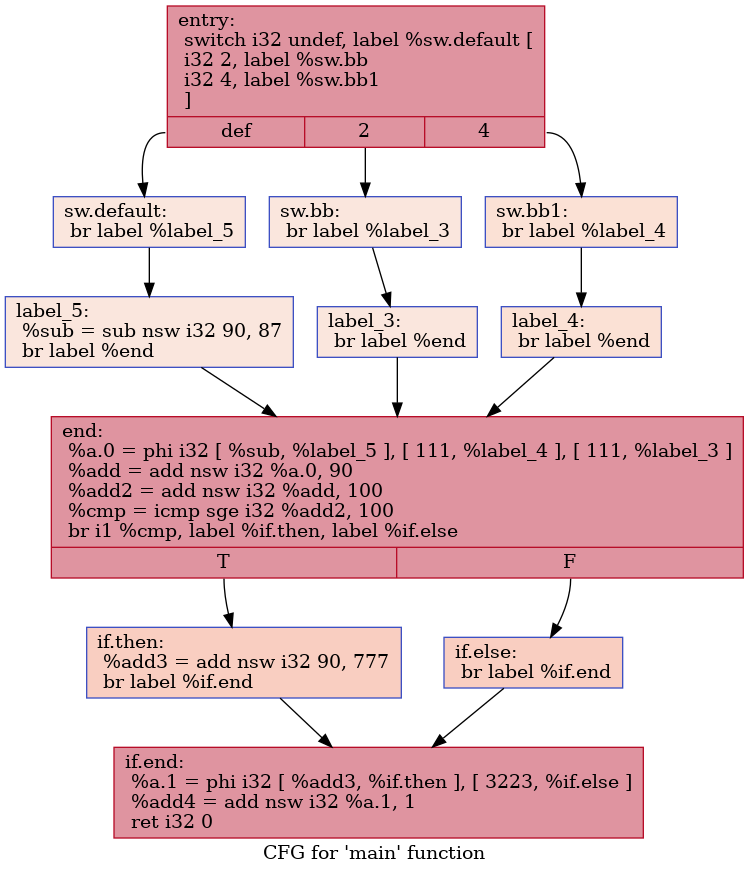
Before: IR/cfg/baseline.dot.png, a diagram exported from Graphviz (HPSSA-LLVM/HPSSA-LLVM). Its source is kept beside it as IR/cfg/baseline.dot.
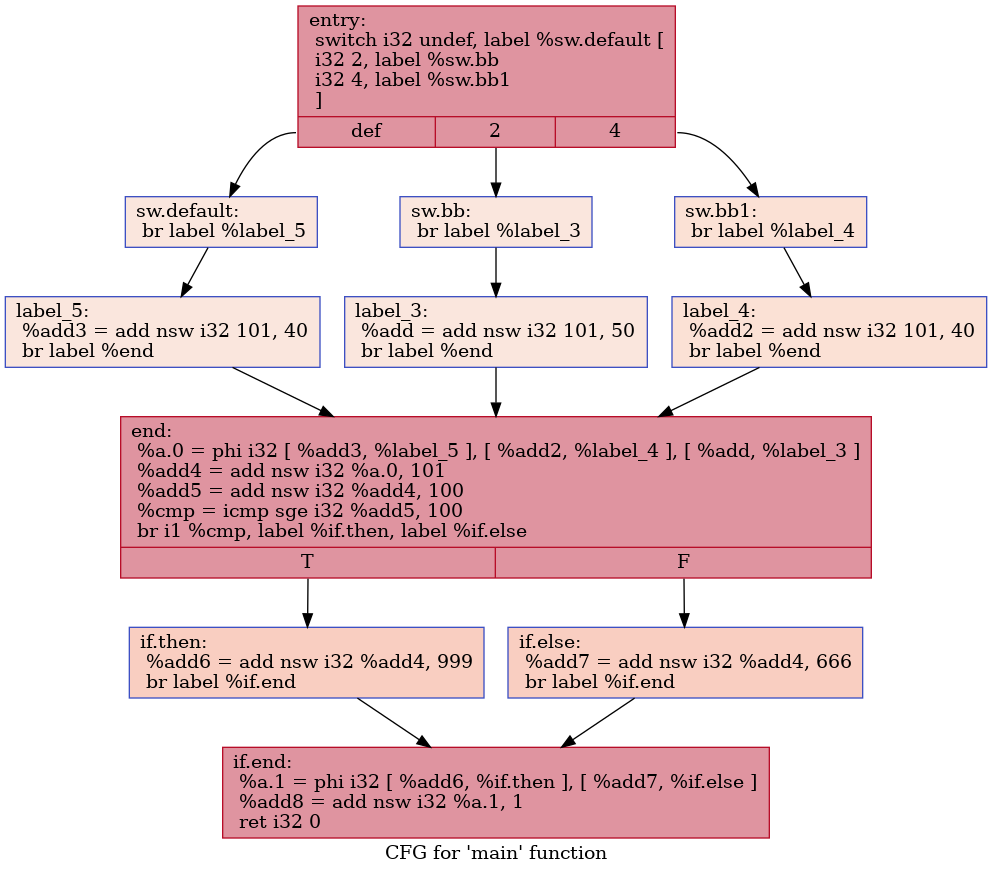
After the commit.

What changed in the source:
```diff
@@ -1,28 +1,28 @@
 digraph "CFG for 'main' function" {
 	label="CFG for 'main' function";
 
-	Node0x5577358f97e0 [shape=record,color="#b70d28ff", style=filled, fillcolor="#b70d2870",label="{entry:\l  switch i32 undef, label %sw.default [\l    i32 2, label %sw.bb\l    i32 4, label %sw.bb1\l  ]\l|{<s0>def|<s1>2|<s2>4}}"];
-	Node0x5577358f97e0:s0 -> Node0x5577358f9d40;
-	Node0x5577358f97e0:s1 -> Node0x5577358f9dc0;
-	Node0x5577358f97e0:s2 -> Node0x5577358f9e60;
-	Node0x5577358f9dc0 [shape=record,color="#3d50c3ff", style=filled, fillcolor="#f3c7b170",label="{sw.bb:                                            \l  br label %label_3\l}"];
-	Node0x5577358f9dc0 -> Node0x5577358f9ff0;
-	Node0x5577358f9e60 [shape=record,color="#3d50c3ff", style=filled, fillcolor="#f7bca170",label="{sw.bb1:                                           \l  br label %label_4\l}"];
-	Node0x5577358f9e60 -> Node0x5577358fa0d0;
-	Node0x5577358f9d40 [shape=record,color="#3d50c3ff", style=filled, fillcolor="#f3c7b170",label="{sw.default:                                       \l  br label %label_5\l}"];
-	Node0x5577358f9d40 -> Node0x5577358fa1b0;
-	Node0x5577358f9ff0 [shape=record,color="#3d50c3ff", style=filled, fillcolor="#f3c7b170",label="{label_3:                                          \l  br label %end\l}"];
-	Node0x5577358f9ff0 -> Node0x5577358fa290;
-	Node0x5577358fa0d0 [shape=record,color="#3d50c3ff", style=filled, fillcolor="#f7bca170",label="{label_4:                                          \l  br label %end\l}"];
-	Node0x5577358fa0d0 -> Node0x5577358fa290;
-	Node0x5577358fa1b0 [shape=record,color="#3d50c3ff", style=filled, fillcolor="#f3c7b170",label="{label_5:                                          \l  %sub = sub nsw i32 90, 87\l  br label %end\l}"];
-	Node0x5577358fa1b0 -> Node0x5577358fa290;
-	Node0x5577358fa290 [shape=record,color="#b70d28ff", style=filled, fillcolor="#b70d2870",label="{end:                                              \l  %a.0 = phi i32 [ %sub, %label_5 ], [ 111, %label_4 ], [ 111, %label_3 ]\l  %add = add nsw i32 %a.0, 90\l  %add2 = add nsw i32 %add, 100\l  %cmp = icmp sge i32 %add2, 100\l  br i1 %cmp, label %if.then, label %if.else\l|{<s0>T|<s1>F}}"];
-	Node0x5577358fa290:s0 -> Node0x5577358faa60;
-	Node0x5577358fa290:s1 -> Node0x5577358faad0;
-	Node0x5577358faa60 [shape=record,color="#3d50c3ff", style=filled, fillcolor="#f2907270",label="{if.then:                                          \l  %add3 = add nsw i32 90, 777\l  br label %if.end\l}"];
-	Node0x5577358faa60 -> Node0x5577358facd0;
-	Node0x5577358faad0 [shape=record,color="#3d50c3ff", style=filled, fillcolor="#f2907270",label="{if.else:                                          \l  br label %if.end\l}"];
-	Node0x5577358faad0 -> Node0x5577358facd0;
-	Node0x5577358facd0 [shape=record,color="#b70d28ff", style=filled, fillcolor="#b70d2870",label="{if.end:                                           \l  %a.1 = phi i32 [ %add3, %if.then ], [ 3223, %if.else ]\l  %add4 = add nsw i32 %a.1, 1\l  ret i32 0\l}"];
+	Node0x55ea3632d850 [shape=record,color="#b70d28ff", style=filled, fillcolor="#b70d2870",label="{entry:\l  switch i32 undef, label %sw.default [\l    i32 2, label %sw.bb\l    i32 4, label %sw.bb1\l  ]\l|{<s0>def|<s1>2|<s2>4}}"];
+	Node0x55ea3632d850:s0 -> Node0x55ea3632ddb0;
+	Node0x55ea3632d850:s1 -> Node0x55ea3632de30;
+	Node0x55ea3632d850:s2 -> Node0x55ea3632ded0;
+	Node0x55ea3632de30 [shape=record,color="#3d50c3ff", style=filled, fillcolor="#f3c7b170",label="{sw.bb:                                            \l  br label %label_3\l}"];
+	Node0x55ea3632de30 -> Node0x55ea3632e060;
+	Node0x55ea3632ded0 [shape=record,color="#3d50c3ff", style=filled, fillcolor="#f7bca170",label="{sw.bb1:                                           \l  br label %label_4\l}"];
+	Node0x55ea3632ded0 -> Node0x55ea3632e140;
+	Node0x55ea3632ddb0 [shape=record,color="#3d50c3ff", style=filled, fillcolor="#f3c7b170",label="{sw.default:                                       \l  br label %label_5\l}"];
+	Node0x55ea3632ddb0 -> Node0x55ea3632e220;
+	Node0x55ea3632e060 [shape=record,color="#3d50c3ff", style=filled, fillcolor="#f3c7b170",label="{label_3:                                          \l  %add = add nsw i32 101, 50\l  br label %end\l}"];
+	Node0x55ea3632e060 -> Node0x55ea3632e410;
+	Node0x55ea3632e140 [shape=record,color="#3d50c3ff", style=filled, fillcolor="#f7bca170",label="{label_4:                                          \l  %add2 = add nsw i32 101, 40\l  br label %end\l}"];
+	Node0x55ea3632e140 -> Node0x55ea3632e410;
+	Node0x55ea3632e220 [shape=record,color="#3d50c3ff", style=filled, fillcolor="#f3c7b170",label="{label_5:                                          \l  %add3 = add nsw i32 101, 40\l  br label %end\l}"];
+	Node0x55ea3632e220 -> Node0x55ea3632e410;
+	Node0x55ea3632e410 [shape=record,color="#b70d28ff", style=filled, fillcolor="#b70d2870",label="{end:                                              \l  %a.0 = phi i32 [ %add3, %label_5 ], [ %add2, %label_4 ], [ %add, %label_3 ]\l  %add4 = add nsw i32 %a.0, 101\l  %add5 = add nsw i32 %add4, 100\l  %cmp = icmp sge i32 %add5, 100\l  br i1 %cmp, label %if.then, label %if.else\l|{<s0>T|<s1>F}}"];
+	Node0x55ea3632e410:s0 -> Node0x55ea3632ec30;
+	Node0x55ea3632e410:s1 -> Node0x55ea3632eca0;
+	Node0x55ea3632ec30 [shape=record,color="#3d50c3ff", style=filled, fillcolor="#f2907270",label="{if.then:                                          \l  %add6 = add nsw i32 %add4, 999\l  br label %if.end\l}"];
+	Node0x55ea3632ec30 -> Node0x55ea3632eea0;
+	Node0x55ea3632eca0 [shape=record,color="#3d50c3ff", style=filled, fillcolor="#f2907270",label="{if.else:                                          \l  %add7 = add nsw i32 %add4, 666\l  br label %if.end\l}"];
+	Node0x55ea3632eca0 -> Node0x55ea3632eea0;
+	Node0x55ea3632eea0 [shape=record,color="#b70d28ff", style=filled, fillcolor="#b70d2870",label="{if.end:                                           \l  %a.1 = phi i32 [ %add6, %if.then ], [ %add7, %if.else ]\l  %add8 = add nsw i32 %a.1, 1\l  ret i32 0\l}"];
 }
```
